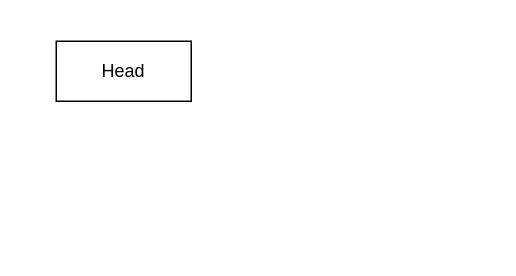
Above: 流程画图/SynchronousQueue.drawio in yuannp/workspace (draw.io), before the change. Source tidied: cells renumbered, new cells numbered last; positions are measured from the earlier drawing's top-left corner, leaving out a move shared by most shapes. Both pictures are drawn from the tidied source at 150%, with x=0, y=0 at pixel (56, 40).
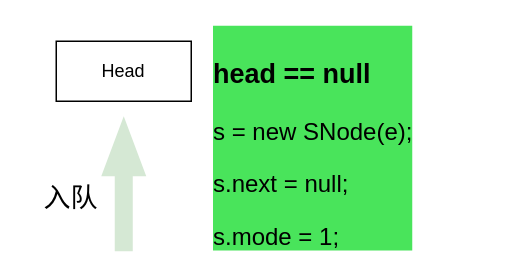
Above is the later version.

What changed in the source:
```diff
@@
 <mxGraphModel>
   <root>
     <mxCell id="0" />
     <mxCell id="1" parent="0" />
     <mxCell id="2" value="Head" style="rounded=0;whiteSpace=wrap;html=1;" parent="1" vertex="1">
       <mxGeometry width="90" height="40" as="geometry" />
     </mxCell>
+    <mxCell id="3" style="html=1;shadow=0;dashed=0;align=center;verticalAlign=middle;shape=mxgraph.arrows2.arrow;dy=0.6;dx=40;direction=north;notch=0;fillColor=#d5e8d4;strokeColor=none;" parent="1" vertex="1">
+      <mxGeometry x="30" y="50" width="30" height="90" as="geometry" />
+    </mxCell>
+    <mxCell id="4" value="&lt;font style=&quot;font-size: 18px;&quot;&gt;入队&lt;/font&gt;" style="text;html=1;strokeColor=none;fillColor=none;align=center;verticalAlign=middle;whiteSpace=wrap;rounded=0;" parent="1" vertex="1">
+      <mxGeometry x="-20" y="90" width="60" height="30" as="geometry" />
+    </mxCell>
+    <mxCell id="5" value="&lt;h1&gt;&lt;font style=&quot;font-size: 18px;&quot;&gt;head == null&lt;/font&gt;&lt;/h1&gt;&lt;p style=&quot;font-size: 16px;&quot;&gt;&lt;font style=&quot;font-size: 16px;&quot;&gt;s = new SNode(e);&lt;/font&gt;&lt;/p&gt;&lt;p style=&quot;font-size: 16px;&quot;&gt;&lt;font style=&quot;font-size: 16px;&quot;&gt;s.next = null;&lt;/font&gt;&lt;/p&gt;&lt;p style=&quot;font-size: 16px;&quot;&gt;&lt;font style=&quot;font-size: 16px;&quot;&gt;s.mode = 1;&lt;/font&gt;&lt;/p&gt;" style="text;html=1;strokeColor=none;fillColor=none;spacing=5;spacingTop=-20;whiteSpace=wrap;overflow=hidden;rounded=0;labelBackgroundColor=#49e45b;" parent="1" vertex="1">
+      <mxGeometry x="100" width="190" height="140" as="geometry" />
+    </mxCell>
   </root>
 </mxGraphModel>
```
